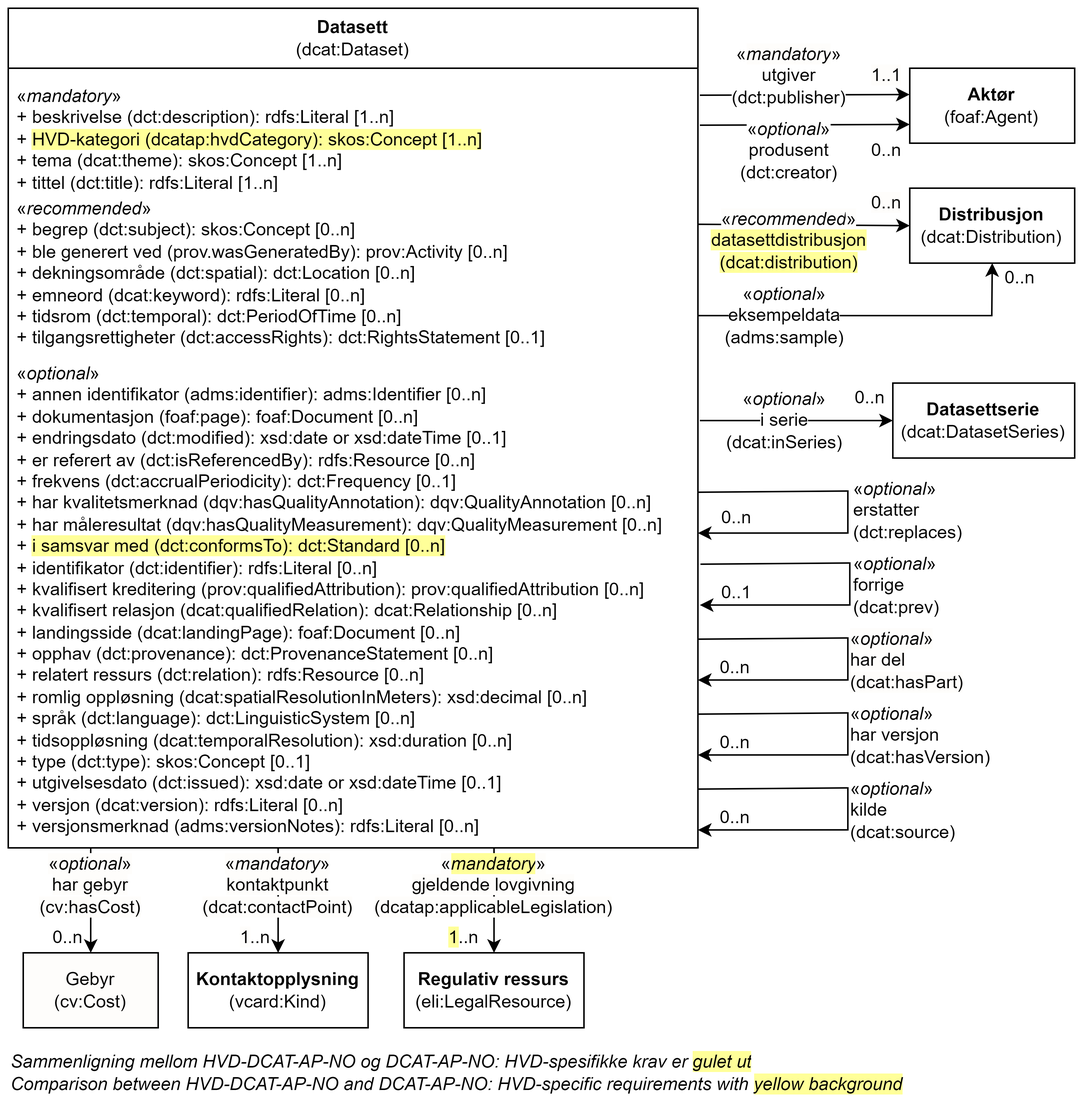
The draw.io diagram docs/images/Klassen-Datasett.png in Informasjonsforvaltning/hvd-dcat-ap-no, before a commit. Source tidied: cells renumbered, new cells last; positions are measured from the earlier drawing's top-left corner, leaving out a move shared by most shapes.
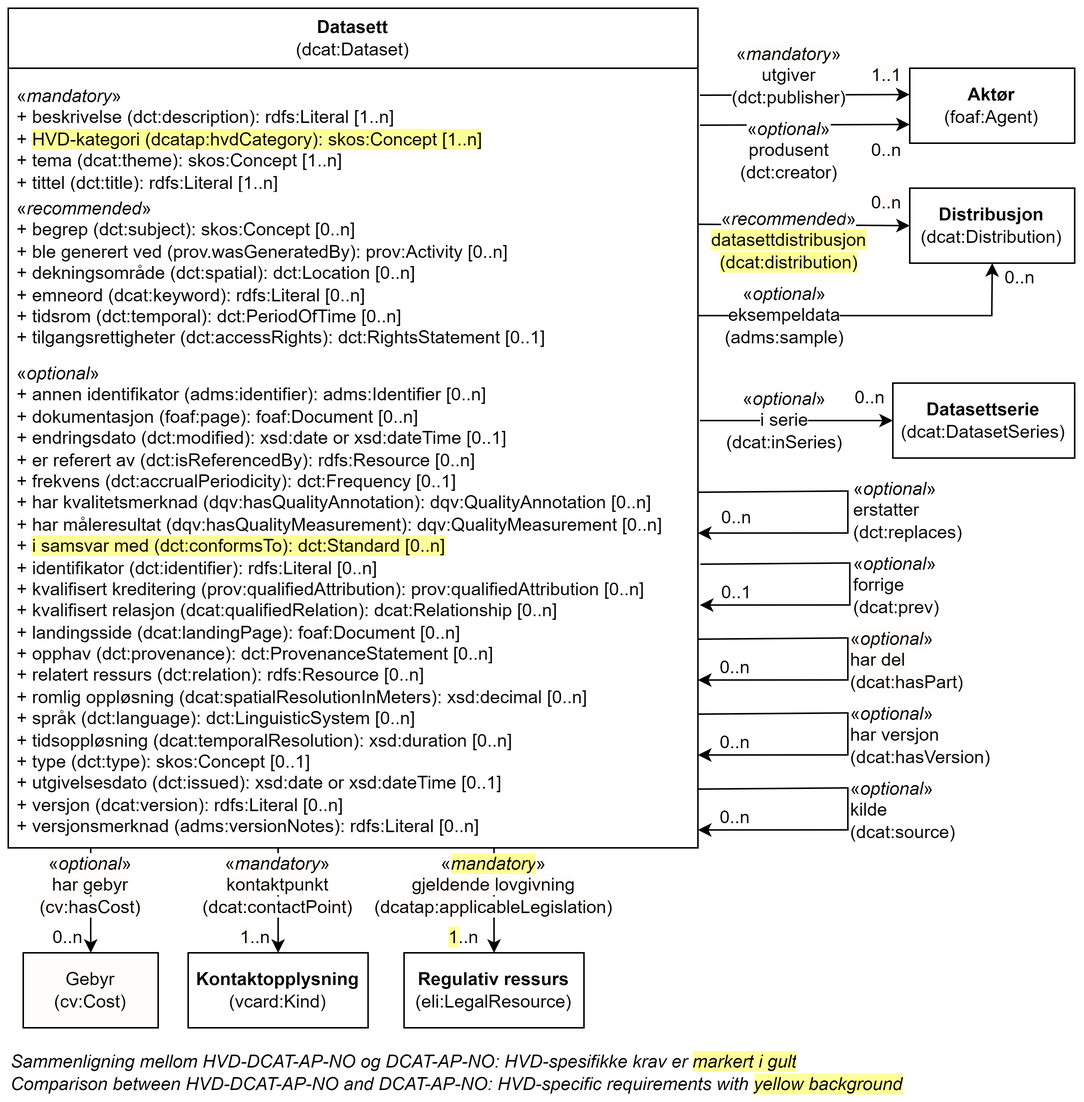
The same file after the commit.

Change to the diagram source:
```diff
@@ -137,7 +137,7 @@
     <mxCell id="34" value="0..1" style="text;html=1;strokeColor=none;fillColor=none;align=center;verticalAlign=middle;whiteSpace=wrap;rounded=0;" parent="1" vertex="1">
       <mxGeometry x="471.3" y="380" width="30" height="20" as="geometry" />
     </mxCell>
-    <mxCell id="35" value="Sammenligning mellom HVD-DCAT-AP-NO og DCAT-AP-NO: HVD-spesifikke krav er&amp;nbsp;&lt;span style=&quot;background-color: rgb(255, 255, 153);&quot;&gt;gulet ut&lt;/span&gt;&lt;span style=&quot;background-color: rgb(255 , 255 , 255)&quot;&gt;&amp;nbsp;&lt;/span&gt;&lt;div&gt;&lt;span style=&quot;background-color: rgb(255 , 255 , 255)&quot;&gt;Comparison between HVD-DCAT-AP-NO and DCAT-AP-NO: HVD-specific requirements with &lt;/span&gt;&lt;span style=&quot;background-color: rgb(255, 255, 153);&quot;&gt;yellow background&lt;/span&gt;&lt;/div&gt;" style="text;html=1;strokeColor=none;fillColor=none;align=left;verticalAlign=middle;whiteSpace=wrap;rounded=0;fontStyle=2;" parent="1" vertex="1">
+    <mxCell id="35" value="Sammenligning mellom HVD-DCAT-AP-NO og DCAT-AP-NO: HVD-spesifikke krav er&amp;nbsp;&lt;span style=&quot;background-color: rgb(255, 255, 153);&quot;&gt;markert i gult&lt;/span&gt;&lt;span style=&quot;background-color: rgb(255 , 255 , 255)&quot;&gt;&amp;nbsp;&lt;/span&gt;&lt;div&gt;&lt;span style=&quot;background-color: rgb(255 , 255 , 255)&quot;&gt;Comparison between HVD-DCAT-AP-NO and DCAT-AP-NO: HVD-specific requirements with &lt;/span&gt;&lt;span style=&quot;background-color: rgb(255, 255, 153);&quot;&gt;yellow background&lt;/span&gt;&lt;/div&gt;" style="text;html=1;strokeColor=none;fillColor=none;align=left;verticalAlign=middle;whiteSpace=wrap;rounded=0;fontStyle=2;" parent="1" vertex="1">
       <mxGeometry y="700" width="710" height="20" as="geometry" />
     </mxCell>
     <mxCell id="36" value="Gebyr&#10;(cv:Cost)" style="html=1;whiteSpace=wrap;labelBackgroundColor=none;fillColor=#FEFDFB;" parent="1" vertex="1">
```
